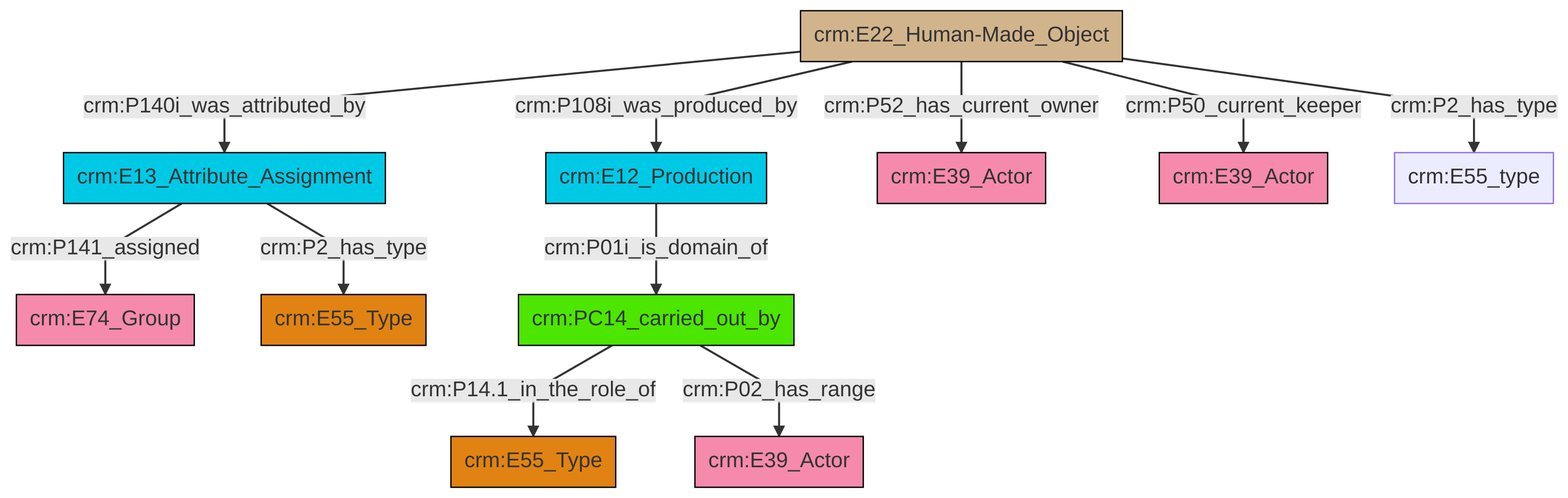
The Mermaid diagram et/artworkCSV/ttl/mmd/png/Artwork_Actor_Relations.png in swiss-art-research-net/docs.swissartresearch, before a commit. Its source is kept beside it as et/artworkCSV/ttl/mmd/Artwork_Actor_Relations.ttl.mmd.
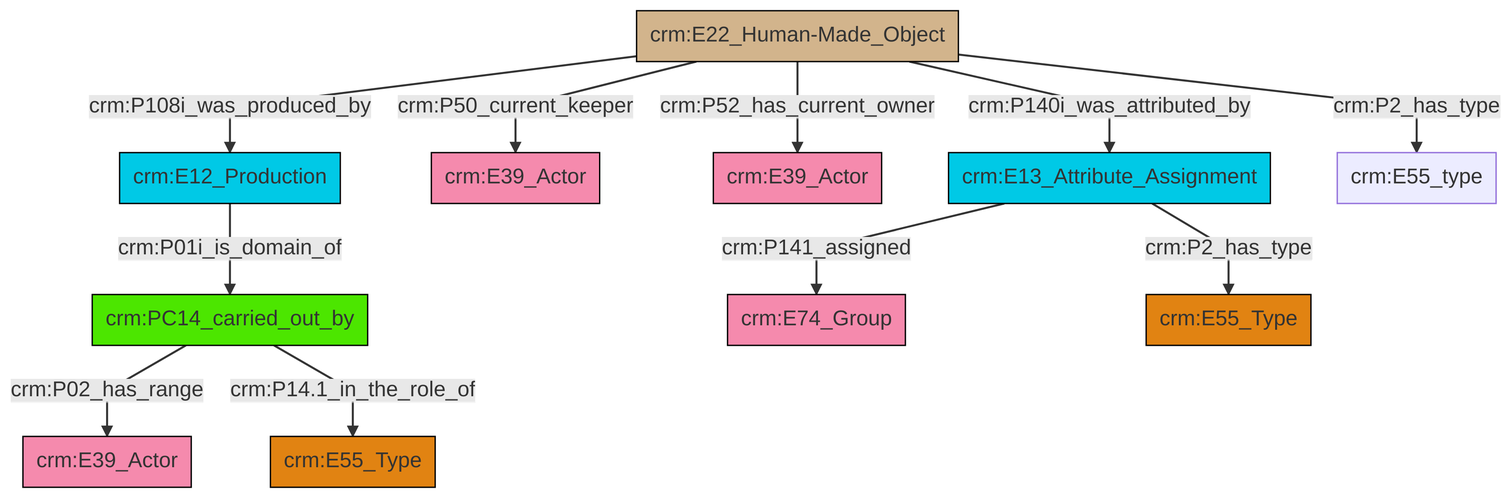
The same diagram one commit later.

What changed in the source:
```diff
@@ -13,13 +13,13 @@
 classDef PC_Classes fill:#4ce600, stroke:#000000;
 classDef Multi fill:#cccccc,stroke:#000000;
 
-0["crm:E22_Human-Made_Object"]:::Physical_Thing -->|crm:P140i_was_attributed_by| 1["crm:E13_Attribute_Assignment"]:::Temporal_Entity
-0["crm:E22_Human-Made_Object"]:::Physical_Thing -->|crm:P108i_was_produced_by| 3["crm:E12_Production"]:::Temporal_Entity
-1["crm:E13_Attribute_Assignment"]:::Temporal_Entity -->|crm:P141_assigned| 4["crm:E74_Group"]:::Actor
-5["crm:PC14_carried_out_by"]:::PC_Classes -->|crm:P14.1_in_the_role_of| 6["crm:E55_Type"]:::Type
-0["crm:E22_Human-Made_Object"]:::Physical_Thing -->|crm:P52_has_current_owner| 8["crm:E39_Actor"]:::Actor
-3["crm:E12_Production"]:::Temporal_Entity -->|crm:P01i_is_domain_of| 5["crm:PC14_carried_out_by"]:::PC_Classes
-5["crm:PC14_carried_out_by"]:::PC_Classes -->|crm:P02_has_range| 12["crm:E39_Actor"]:::Actor
-0["crm:E22_Human-Made_Object"]:::Physical_Thing -->|crm:P50_current_keeper| 10["crm:E39_Actor"]:::Actor
-1["crm:E13_Attribute_Assignment"]:::Temporal_Entity -->|crm:P2_has_type| 15["crm:E55_Type"]:::Type
-0["crm:E22_Human-Made_Object"]:::Physical_Thing -->|crm:P2_has_type| 17["crm:E55_type"]:::Default
+2["crm:E12_Production"]:::Temporal_Entity -->|crm:P01i_is_domain_of| 0["crm:PC14_carried_out_by"]:::PC_Classes
+3["crm:E22_Human-Made_Object"]:::Physical_Thing -->|crm:P50_current_keeper| 4["crm:E39_Actor"]:::Actor
+3["crm:E22_Human-Made_Object"]:::Physical_Thing -->|crm:P140i_was_attributed_by| 7["crm:E13_Attribute_Assignment"]:::Temporal_Entity
+0["crm:PC14_carried_out_by"]:::PC_Classes -->|crm:P02_has_range| 10["crm:E39_Actor"]:::Actor
+7["crm:E13_Attribute_Assignment"]:::Temporal_Entity -->|crm:P2_has_type| 11["crm:E55_Type"]:::Type
+3["crm:E22_Human-Made_Object"]:::Physical_Thing -->|crm:P2_has_type| 12["crm:E55_type"]:::Default
+0["crm:PC14_carried_out_by"]:::PC_Classes -->|crm:P14.1_in_the_role_of| 15["crm:E55_Type"]:::Type
+3["crm:E22_Human-Made_Object"]:::Physical_Thing -->|crm:P52_has_current_owner| 5["crm:E39_Actor"]:::Actor
+3["crm:E22_Human-Made_Object"]:::Physical_Thing -->|crm:P108i_was_produced_by| 2["crm:E12_Production"]:::Temporal_Entity
+7["crm:E13_Attribute_Assignment"]:::Temporal_Entity -->|crm:P141_assigned| 8["crm:E74_Group"]:::Actor
```
